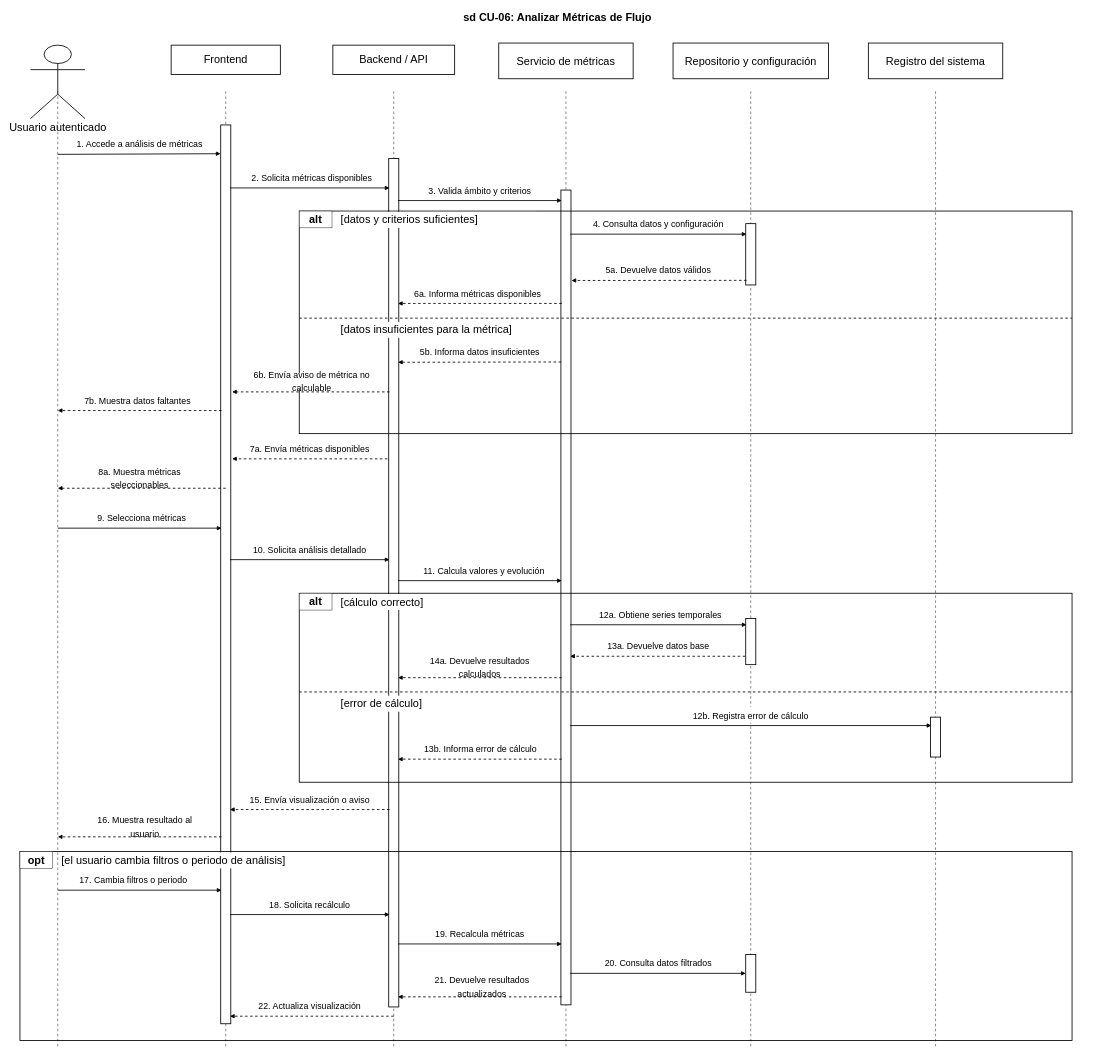
Bania1/nuvlo-agile-dashboard keeps this draw.io diagram as docs/memoria/diagrams/secuencia-cu06-analizar-metricas-flujo.drawio. Above is the earlier version. Source tidied: cells renumbered, new cells numbered last; positions are measured from the earlier drawing's top-left corner, leaving out a move shared by most shapes. Both pictures are drawn from the tidied source at 42%, with x=0, y=0 at pixel (7, 7).
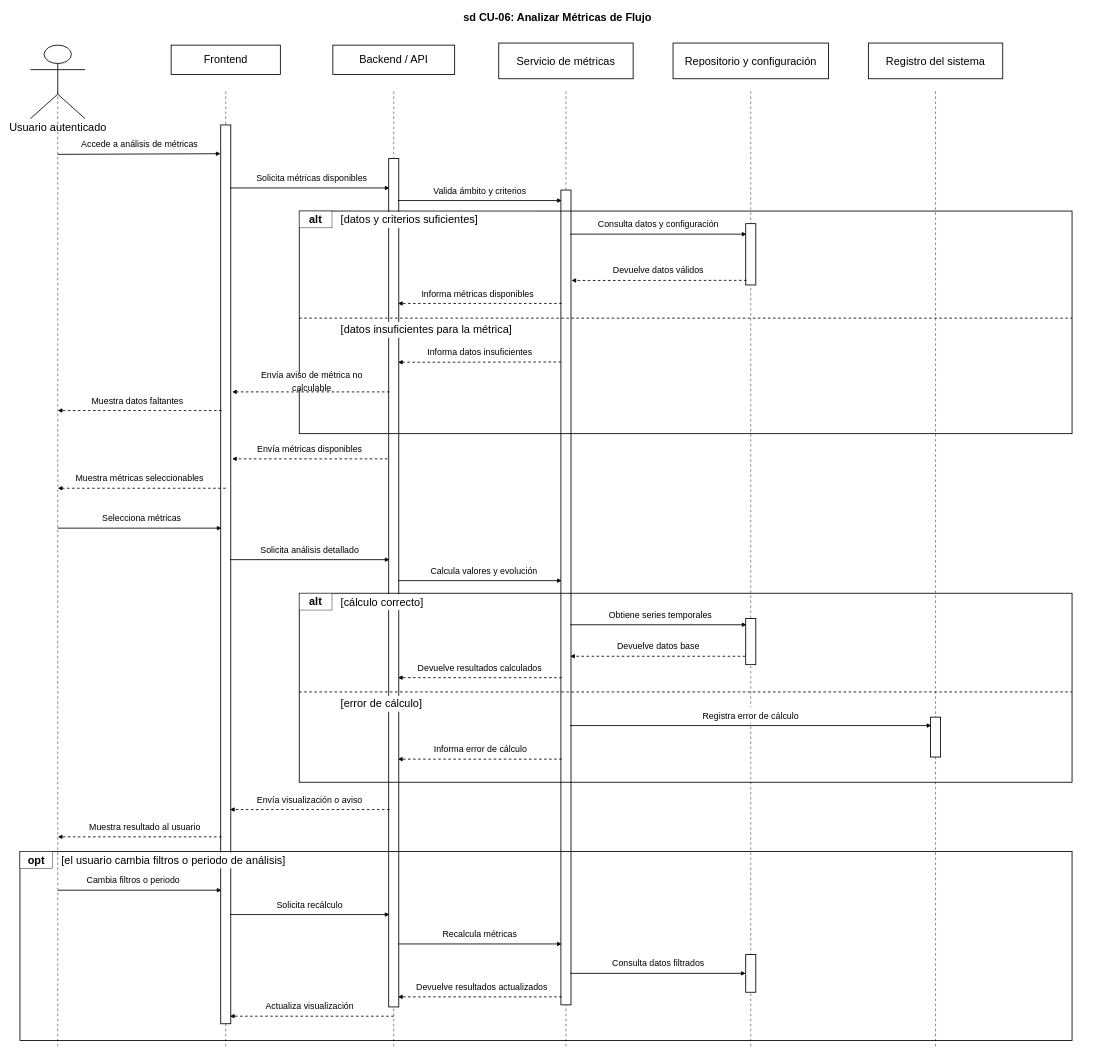
After the change.

Change to the diagram source:
```diff
@@
-    <mxCell id="33" value="&lt;font style=&quot;font-size: 21px;&quot;&gt;1. Accede a análisis de métricas&lt;/font&gt;" style="text;html=1;strokeColor=none;fillColor=#ffffff;align=center;verticalAlign=middle;whiteSpace=wrap;rounded=0;fontSize=26;fontFamily=Helvetica;fontColor=#000000;spacing=4;" parent="1" vertex="1">
+    <mxCell id="33" value="&lt;font style=&quot;font-size: 21px;&quot;&gt;Accede a análisis de métricas&lt;/font&gt;" style="text;html=1;strokeColor=none;fillColor=#ffffff;align=center;verticalAlign=middle;whiteSpace=wrap;rounded=0;fontSize=26;fontFamily=Helvetica;fontColor=#000000;spacing=4;" parent="1" vertex="1">
       <mxGeometry x="145" y="306" width="340" height="38" as="geometry" />
     </mxCell>
@@
-    <mxCell id="35" value="&lt;font style=&quot;font-size: 21px;&quot;&gt;2. Solicita métricas disponibles&lt;/font&gt;" style="text;html=1;strokeColor=none;fillColor=#ffffff;align=center;verticalAlign=middle;whiteSpace=wrap;rounded=0;fontSize=26;fontFamily=Helvetica;fontColor=#000000;spacing=4;" parent="1" vertex="1">
+    <mxCell id="35" value="&lt;font style=&quot;font-size: 21px;&quot;&gt;Solicita métricas disponibles&lt;/font&gt;" style="text;html=1;strokeColor=none;fillColor=#ffffff;align=center;verticalAlign=middle;whiteSpace=wrap;rounded=0;fontSize=26;fontFamily=Helvetica;fontColor=#000000;spacing=4;" parent="1" vertex="1">
       <mxGeometry x="555" y="386" width="340" height="38" as="geometry" />
     </mxCell>
@@
-    <mxCell id="37" value="&lt;font style=&quot;font-size: 21px;&quot;&gt;3. Valida ámbito y criterios&lt;/font&gt;" style="text;html=1;strokeColor=none;fillColor=#ffffff;align=center;verticalAlign=middle;whiteSpace=wrap;rounded=0;fontSize=26;fontFamily=Helvetica;fontColor=#000000;spacing=4;" parent="1" vertex="1">
+    <mxCell id="37" value="&lt;font style=&quot;font-size: 21px;&quot;&gt;Valida ámbito y criterios&lt;/font&gt;" style="text;html=1;strokeColor=none;fillColor=#ffffff;align=center;verticalAlign=middle;whiteSpace=wrap;rounded=0;fontSize=26;fontFamily=Helvetica;fontColor=#000000;spacing=4;" parent="1" vertex="1">
       <mxGeometry x="935" y="416" width="380" height="38" as="geometry" />
     </mxCell>
@@
-    <mxCell id="39" value="&lt;font style=&quot;font-size: 21px;&quot;&gt;4. Consulta datos y configuración&lt;/font&gt;" style="text;html=1;strokeColor=none;fillColor=#ffffff;align=center;verticalAlign=middle;whiteSpace=wrap;rounded=0;fontSize=26;fontFamily=Helvetica;fontColor=#000000;spacing=4;" parent="1" vertex="1">
+    <mxCell id="39" value="&lt;font style=&quot;font-size: 21px;&quot;&gt;Consulta datos y configuración&lt;/font&gt;" style="text;html=1;strokeColor=none;fillColor=#ffffff;align=center;verticalAlign=middle;whiteSpace=wrap;rounded=0;fontSize=26;fontFamily=Helvetica;fontColor=#000000;spacing=4;" parent="1" vertex="1">
       <mxGeometry x="1370" y="496" width="360" height="38" as="geometry" />
     </mxCell>
@@
-    <mxCell id="41" value="&lt;font style=&quot;font-size: 21px;&quot;&gt;5a. Devuelve datos válidos&lt;/font&gt;" style="text;html=1;strokeColor=none;fillColor=#ffffff;align=center;verticalAlign=middle;whiteSpace=wrap;rounded=0;fontSize=26;fontFamily=Helvetica;fontColor=#000000;spacing=4;" parent="1" vertex="1">
+    <mxCell id="41" value="&lt;font style=&quot;font-size: 21px;&quot;&gt;Devuelve datos válidos&lt;/font&gt;" style="text;html=1;strokeColor=none;fillColor=#ffffff;align=center;verticalAlign=middle;whiteSpace=wrap;rounded=0;fontSize=26;fontFamily=Helvetica;fontColor=#000000;spacing=4;" parent="1" vertex="1">
       <mxGeometry x="1360" y="606" width="380" height="38" as="geometry" />
     </mxCell>
@@
-    <mxCell id="43" value="&lt;font style=&quot;font-size: 21px;&quot;&gt;6a. Informa métricas disponibles&lt;/font&gt;" style="text;html=1;strokeColor=none;fillColor=#ffffff;align=center;verticalAlign=middle;whiteSpace=wrap;rounded=0;fontSize=26;fontFamily=Helvetica;fontColor=#000000;spacing=4;" parent="1" vertex="1">
+    <mxCell id="43" value="&lt;font style=&quot;font-size: 21px;&quot;&gt;Informa métricas disponibles&lt;/font&gt;" style="text;html=1;strokeColor=none;fillColor=#ffffff;align=center;verticalAlign=middle;whiteSpace=wrap;rounded=0;fontSize=26;fontFamily=Helvetica;fontColor=#000000;spacing=4;" parent="1" vertex="1">
       <mxGeometry x="955" y="661" width="330" height="38" as="geometry" />
     </mxCell>
@@
-    <mxCell id="45" value="&lt;font style=&quot;font-size: 21px;&quot;&gt;5b. Informa datos insuficientes&lt;/font&gt;" style="text;html=1;strokeColor=none;fillColor=#ffffff;align=center;verticalAlign=middle;whiteSpace=wrap;rounded=0;fontSize=26;fontFamily=Helvetica;fontColor=#000000;spacing=4;" parent="1" vertex="1">
+    <mxCell id="45" value="&lt;font style=&quot;font-size: 21px;&quot;&gt;Informa datos insuficientes&lt;/font&gt;" style="text;html=1;strokeColor=none;fillColor=#ffffff;align=center;verticalAlign=middle;whiteSpace=wrap;rounded=0;fontSize=26;fontFamily=Helvetica;fontColor=#000000;spacing=4;" parent="1" vertex="1">
       <mxGeometry x="955" y="801" width="340" height="38" as="geometry" />
     </mxCell>
@@
-    <mxCell id="47" value="&lt;font style=&quot;font-size: 21px;&quot;&gt;6b. Envía aviso de métrica no calculable&lt;/font&gt;" style="text;html=1;strokeColor=none;fillColor=#ffffff;align=center;verticalAlign=middle;whiteSpace=wrap;rounded=0;fontSize=26;fontFamily=Helvetica;fontColor=#000000;spacing=4;" parent="1" vertex="1">
+    <mxCell id="47" value="&lt;font style=&quot;font-size: 21px;&quot;&gt;Envía aviso de métrica no calculable&lt;/font&gt;" style="text;html=1;strokeColor=none;fillColor=#ffffff;align=center;verticalAlign=middle;whiteSpace=wrap;rounded=0;fontSize=26;fontFamily=Helvetica;fontColor=#000000;spacing=4;" parent="1" vertex="1">
       <mxGeometry x="560" y="871" width="330" height="38" as="geometry" />
     </mxCell>
@@
-    <mxCell id="49" value="&lt;font style=&quot;font-size: 21px;&quot;&gt;7b. Muestra datos faltantes&lt;/font&gt;" style="text;html=1;strokeColor=none;fillColor=#ffffff;align=center;verticalAlign=middle;whiteSpace=wrap;rounded=0;fontSize=26;fontFamily=Helvetica;fontColor=#000000;spacing=4;" parent="1" vertex="1">
+    <mxCell id="49" value="&lt;font style=&quot;font-size: 21px;&quot;&gt;Muestra datos faltantes&lt;/font&gt;" style="text;html=1;strokeColor=none;fillColor=#ffffff;align=center;verticalAlign=middle;whiteSpace=wrap;rounded=0;fontSize=26;fontFamily=Helvetica;fontColor=#000000;spacing=4;" parent="1" vertex="1">
       <mxGeometry x="155" y="916" width="310" height="38" as="geometry" />
     </mxCell>
@@
-    <mxCell id="51" value="&lt;font style=&quot;font-size: 21px;&quot;&gt;7a. Envía métricas disponibles&lt;/font&gt;" style="text;html=1;strokeColor=none;fillColor=#ffffff;align=center;verticalAlign=middle;whiteSpace=wrap;rounded=0;fontSize=26;fontFamily=Helvetica;fontColor=#000000;spacing=4;" parent="1" vertex="1">
+    <mxCell id="51" value="&lt;font style=&quot;font-size: 21px;&quot;&gt;Envía métricas disponibles&lt;/font&gt;" style="text;html=1;strokeColor=none;fillColor=#ffffff;align=center;verticalAlign=middle;whiteSpace=wrap;rounded=0;fontSize=26;fontFamily=Helvetica;fontColor=#000000;spacing=4;" parent="1" vertex="1">
       <mxGeometry x="555" y="1031" width="330" height="38" as="geometry" />
     </mxCell>
@@
-    <mxCell id="53" value="&lt;font style=&quot;font-size: 21px;&quot;&gt;8a. Muestra métricas seleccionables&lt;/font&gt;" style="text;html=1;strokeColor=none;fillColor=#ffffff;align=center;verticalAlign=middle;whiteSpace=wrap;rounded=0;fontSize=26;fontFamily=Helvetica;fontColor=#000000;spacing=4;" parent="1" vertex="1">
+    <mxCell id="53" value="&lt;font style=&quot;font-size: 21px;&quot;&gt;Muestra métricas seleccionables&lt;/font&gt;" style="text;html=1;strokeColor=none;fillColor=#ffffff;align=center;verticalAlign=middle;whiteSpace=wrap;rounded=0;fontSize=26;fontFamily=Helvetica;fontColor=#000000;spacing=4;" parent="1" vertex="1">
       <mxGeometry x="145" y="1101" width="340" height="38" as="geometry" />
     </mxCell>
@@
-    <mxCell id="55" value="&lt;font style=&quot;font-size: 21px;&quot;&gt;9. Selecciona métricas&lt;/font&gt;" style="text;html=1;strokeColor=none;fillColor=#ffffff;align=center;verticalAlign=middle;whiteSpace=wrap;rounded=0;fontSize=26;fontFamily=Helvetica;fontColor=#000000;spacing=4;" parent="1" vertex="1">
+    <mxCell id="55" value="&lt;font style=&quot;font-size: 21px;&quot;&gt;Selecciona métricas&lt;/font&gt;" style="text;html=1;strokeColor=none;fillColor=#ffffff;align=center;verticalAlign=middle;whiteSpace=wrap;rounded=0;fontSize=26;fontFamily=Helvetica;fontColor=#000000;spacing=4;" parent="1" vertex="1">
       <mxGeometry x="155" y="1196" width="330" height="38" as="geometry" />
     </mxCell>
@@
-    <mxCell id="57" value="&lt;font style=&quot;font-size: 21px;&quot;&gt;10. Solicita análisis detallado&lt;/font&gt;" style="text;html=1;strokeColor=none;fillColor=#ffffff;align=center;verticalAlign=middle;whiteSpace=wrap;rounded=0;fontSize=26;fontFamily=Helvetica;fontColor=#000000;spacing=4;" parent="1" vertex="1">
+    <mxCell id="57" value="&lt;font style=&quot;font-size: 21px;&quot;&gt;Solicita análisis detallado&lt;/font&gt;" style="text;html=1;strokeColor=none;fillColor=#ffffff;align=center;verticalAlign=middle;whiteSpace=wrap;rounded=0;fontSize=26;fontFamily=Helvetica;fontColor=#000000;spacing=4;" parent="1" vertex="1">
       <mxGeometry x="555" y="1271" width="330" height="38" as="geometry" />
     </mxCell>
@@
-    <mxCell id="59" value="&lt;font style=&quot;font-size: 21px;&quot;&gt;11. Calcula valores y evolución&lt;/font&gt;" style="text;html=1;strokeColor=none;fillColor=#ffffff;align=center;verticalAlign=middle;whiteSpace=wrap;rounded=0;fontSize=26;fontFamily=Helvetica;fontColor=#000000;spacing=4;" parent="1" vertex="1">
+    <mxCell id="59" value="&lt;font style=&quot;font-size: 21px;&quot;&gt;Calcula valores y evolución&lt;/font&gt;" style="text;html=1;strokeColor=none;fillColor=#ffffff;align=center;verticalAlign=middle;whiteSpace=wrap;rounded=0;fontSize=26;fontFamily=Helvetica;fontColor=#000000;spacing=4;" parent="1" vertex="1">
       <mxGeometry x="970" y="1321" width="330" height="38" as="geometry" />
     </mxCell>
@@
-    <mxCell id="61" value="&lt;font style=&quot;font-size: 21px;&quot;&gt;12a. Obtiene series temporales&lt;/font&gt;" style="text;html=1;strokeColor=none;fillColor=#ffffff;align=center;verticalAlign=middle;whiteSpace=wrap;rounded=0;fontSize=26;fontFamily=Helvetica;fontColor=#000000;spacing=4;" parent="1" vertex="1">
+    <mxCell id="61" value="&lt;font style=&quot;font-size: 21px;&quot;&gt;Obtiene series temporales&lt;/font&gt;" style="text;html=1;strokeColor=none;fillColor=#ffffff;align=center;verticalAlign=middle;whiteSpace=wrap;rounded=0;fontSize=26;fontFamily=Helvetica;fontColor=#000000;spacing=4;" parent="1" vertex="1">
       <mxGeometry x="1375" y="1426" width="360" height="38" as="geometry" />
     </mxCell>
@@
-    <mxCell id="63" value="&lt;font style=&quot;font-size: 21px;&quot;&gt;13a. Devuelve datos base&lt;/font&gt;" style="text;html=1;strokeColor=none;fillColor=#ffffff;align=center;verticalAlign=middle;whiteSpace=wrap;rounded=0;fontSize=26;fontFamily=Helvetica;fontColor=#000000;spacing=4;" parent="1" vertex="1">
+    <mxCell id="63" value="&lt;font style=&quot;font-size: 21px;&quot;&gt;Devuelve datos base&lt;/font&gt;" style="text;html=1;strokeColor=none;fillColor=#ffffff;align=center;verticalAlign=middle;whiteSpace=wrap;rounded=0;fontSize=26;fontFamily=Helvetica;fontColor=#000000;spacing=4;" parent="1" vertex="1">
       <mxGeometry x="1370" y="1501" width="360" height="38" as="geometry" />
     </mxCell>
@@
-    <mxCell id="65" value="&lt;font style=&quot;font-size: 21px;&quot;&gt;14a. Devuelve resultados calculados&lt;/font&gt;" style="text;html=1;strokeColor=none;fillColor=#ffffff;align=center;verticalAlign=middle;whiteSpace=wrap;rounded=0;fontSize=26;fontFamily=Helvetica;fontColor=#000000;spacing=4;" parent="1" vertex="1">
+    <mxCell id="65" value="&lt;font style=&quot;font-size: 21px;&quot;&gt;Devuelve resultados calculados&lt;/font&gt;" style="text;html=1;strokeColor=none;fillColor=#ffffff;align=center;verticalAlign=middle;whiteSpace=wrap;rounded=0;fontSize=26;fontFamily=Helvetica;fontColor=#000000;spacing=4;" parent="1" vertex="1">
       <mxGeometry x="955" y="1552" width="340" height="38" as="geometry" />
     </mxCell>
@@
-    <mxCell id="67" value="&lt;font style=&quot;font-size: 21px;&quot;&gt;12b. Registra error de cálculo&lt;/font&gt;" style="text;html=1;strokeColor=none;fillColor=#ffffff;align=center;verticalAlign=middle;whiteSpace=wrap;rounded=0;fontSize=26;fontFamily=Helvetica;fontColor=#000000;spacing=4;" parent="1" vertex="1">
+    <mxCell id="67" value="&lt;font style=&quot;font-size: 21px;&quot;&gt;Registra error de cálculo&lt;/font&gt;" style="text;html=1;strokeColor=none;fillColor=#ffffff;align=center;verticalAlign=middle;whiteSpace=wrap;rounded=0;fontSize=26;fontFamily=Helvetica;fontColor=#000000;spacing=4;" parent="1" vertex="1">
       <mxGeometry x="1540" y="1666" width="460" height="38" as="geometry" />
     </mxCell>
@@
-    <mxCell id="69" value="&lt;font style=&quot;font-size: 21px;&quot;&gt;13b. Informa error de cálculo&lt;/font&gt;" style="text;html=1;strokeColor=none;fillColor=#ffffff;align=center;verticalAlign=middle;whiteSpace=wrap;rounded=0;fontSize=26;fontFamily=Helvetica;fontColor=#000000;spacing=4;" parent="1" vertex="1">
+    <mxCell id="69" value="&lt;font style=&quot;font-size: 21px;&quot;&gt;Informa error de cálculo&lt;/font&gt;" style="text;html=1;strokeColor=none;fillColor=#ffffff;align=center;verticalAlign=middle;whiteSpace=wrap;rounded=0;fontSize=26;fontFamily=Helvetica;fontColor=#000000;spacing=4;" parent="1" vertex="1">
       <mxGeometry x="970" y="1746" width="312.5" height="38" as="geometry" />
     </mxCell>
@@
-    <mxCell id="71" value="&lt;font style=&quot;font-size: 21px;&quot;&gt;15. Envía visualización o aviso&lt;/font&gt;" style="text;html=1;strokeColor=none;fillColor=#ffffff;align=center;verticalAlign=middle;whiteSpace=wrap;rounded=0;fontSize=26;fontFamily=Helvetica;fontColor=#000000;spacing=4;" parent="1" vertex="1">
+    <mxCell id="71" value="&lt;font style=&quot;font-size: 21px;&quot;&gt;Envía visualización o aviso&lt;/font&gt;" style="text;html=1;strokeColor=none;fillColor=#ffffff;align=center;verticalAlign=middle;whiteSpace=wrap;rounded=0;fontSize=26;fontFamily=Helvetica;fontColor=#000000;spacing=4;" parent="1" vertex="1">
       <mxGeometry x="550" y="1866" width="340" height="38" as="geometry" />
     </mxCell>
@@
-    <mxCell id="73" value="&lt;font style=&quot;font-size: 21px;&quot;&gt;16. Muestra resultado al usuario&lt;/font&gt;" style="text;html=1;strokeColor=none;fillColor=#ffffff;align=center;verticalAlign=middle;whiteSpace=wrap;rounded=0;fontSize=26;fontFamily=Helvetica;fontColor=#000000;spacing=4;" parent="1" vertex="1">
+    <mxCell id="73" value="&lt;font style=&quot;font-size: 21px;&quot;&gt;Muestra resultado al usuario&lt;/font&gt;" style="text;html=1;strokeColor=none;fillColor=#ffffff;align=center;verticalAlign=middle;whiteSpace=wrap;rounded=0;fontSize=26;fontFamily=Helvetica;fontColor=#000000;spacing=4;" parent="1" vertex="1">
       <mxGeometry x="180" y="1931" width="295" height="38" as="geometry" />
     </mxCell>
@@
-    <mxCell id="75" value="&lt;font style=&quot;font-size: 21px;&quot;&gt;17. Cambia filtros o periodo&lt;/font&gt;" style="text;html=1;strokeColor=none;fillColor=#ffffff;align=center;verticalAlign=middle;whiteSpace=wrap;rounded=0;fontSize=26;fontFamily=Helvetica;fontColor=#000000;spacing=4;" parent="1" vertex="1">
+    <mxCell id="75" value="&lt;font style=&quot;font-size: 21px;&quot;&gt;Cambia filtros o periodo&lt;/font&gt;" style="text;html=1;strokeColor=none;fillColor=#ffffff;align=center;verticalAlign=middle;whiteSpace=wrap;rounded=0;fontSize=26;fontFamily=Helvetica;fontColor=#000000;spacing=4;" parent="1" vertex="1">
       <mxGeometry x="135" y="2058" width="330" height="38" as="geometry" />
     </mxCell>
@@
-    <mxCell id="77" value="&lt;font style=&quot;font-size: 21px;&quot;&gt;18. Solicita recálculo&lt;/font&gt;" style="text;html=1;strokeColor=none;fillColor=#ffffff;align=center;verticalAlign=middle;whiteSpace=wrap;rounded=0;fontSize=26;fontFamily=Helvetica;fontColor=#000000;spacing=4;" parent="1" vertex="1">
+    <mxCell id="77" value="&lt;font style=&quot;font-size: 21px;&quot;&gt;Solicita recálculo&lt;/font&gt;" style="text;html=1;strokeColor=none;fillColor=#ffffff;align=center;verticalAlign=middle;whiteSpace=wrap;rounded=0;fontSize=26;fontFamily=Helvetica;fontColor=#000000;spacing=4;" parent="1" vertex="1">
       <mxGeometry x="555" y="2116" width="330" height="38" as="geometry" />
     </mxCell>
@@
-    <mxCell id="79" value="&lt;font style=&quot;font-size: 21px;&quot;&gt;19. Recalcula métricas&lt;/font&gt;" style="text;html=1;strokeColor=none;fillColor=#ffffff;align=center;verticalAlign=middle;whiteSpace=wrap;rounded=0;fontSize=26;fontFamily=Helvetica;fontColor=#000000;spacing=4;" parent="1" vertex="1">
+    <mxCell id="79" value="&lt;font style=&quot;font-size: 21px;&quot;&gt;Recalcula métricas&lt;/font&gt;" style="text;html=1;strokeColor=none;fillColor=#ffffff;align=center;verticalAlign=middle;whiteSpace=wrap;rounded=0;fontSize=26;fontFamily=Helvetica;fontColor=#000000;spacing=4;" parent="1" vertex="1">
       <mxGeometry x="960" y="2186" width="330" height="38" as="geometry" />
     </mxCell>
@@
-    <mxCell id="81" value="&lt;font style=&quot;font-size: 21px;&quot;&gt;20. Consulta datos filtrados&lt;/font&gt;" style="text;html=1;strokeColor=none;fillColor=#ffffff;align=center;verticalAlign=middle;whiteSpace=wrap;rounded=0;fontSize=26;fontFamily=Helvetica;fontColor=#000000;spacing=4;" parent="1" vertex="1">
+    <mxCell id="81" value="&lt;font style=&quot;font-size: 21px;&quot;&gt;Consulta datos filtrados&lt;/font&gt;" style="text;html=1;strokeColor=none;fillColor=#ffffff;align=center;verticalAlign=middle;whiteSpace=wrap;rounded=0;fontSize=26;fontFamily=Helvetica;fontColor=#000000;spacing=4;" parent="1" vertex="1">
       <mxGeometry x="1355" y="2256" width="390" height="38" as="geometry" />
     </mxCell>
@@
-    <mxCell id="83" value="&lt;font style=&quot;font-size: 21px;&quot;&gt;21. Devuelve resultados actualizados&lt;/font&gt;" style="text;html=1;strokeColor=none;fillColor=#ffffff;align=center;verticalAlign=middle;whiteSpace=wrap;rounded=0;fontSize=26;fontFamily=Helvetica;fontColor=#000000;spacing=4;" parent="1" vertex="1">
+    <mxCell id="83" value="&lt;font style=&quot;font-size: 21px;&quot;&gt;Devuelve resultados actualizados&lt;/font&gt;" style="text;html=1;strokeColor=none;fillColor=#ffffff;align=center;verticalAlign=middle;whiteSpace=wrap;rounded=0;fontSize=26;fontFamily=Helvetica;fontColor=#000000;spacing=4;" parent="1" vertex="1">
       <mxGeometry x="960" y="2312" width="340" height="38" as="geometry" />
     </mxCell>
@@
-    <mxCell id="85" value="&lt;font style=&quot;font-size: 21px;&quot;&gt;22. Actualiza visualización&lt;/font&gt;" style="text;html=1;strokeColor=none;fillColor=#ffffff;align=center;verticalAlign=middle;whiteSpace=wrap;rounded=0;fontSize=26;fontFamily=Helvetica;fontColor=#000000;spacing=4;" parent="1" vertex="1">
+    <mxCell id="85" value="&lt;font style=&quot;font-size: 21px;&quot;&gt;Actualiza visualización&lt;/font&gt;" style="text;html=1;strokeColor=none;fillColor=#ffffff;align=center;verticalAlign=middle;whiteSpace=wrap;rounded=0;fontSize=26;fontFamily=Helvetica;fontColor=#000000;spacing=4;" parent="1" vertex="1">
       <mxGeometry x="555" y="2358" width="330" height="38" as="geometry" />
     </mxCell>
```
